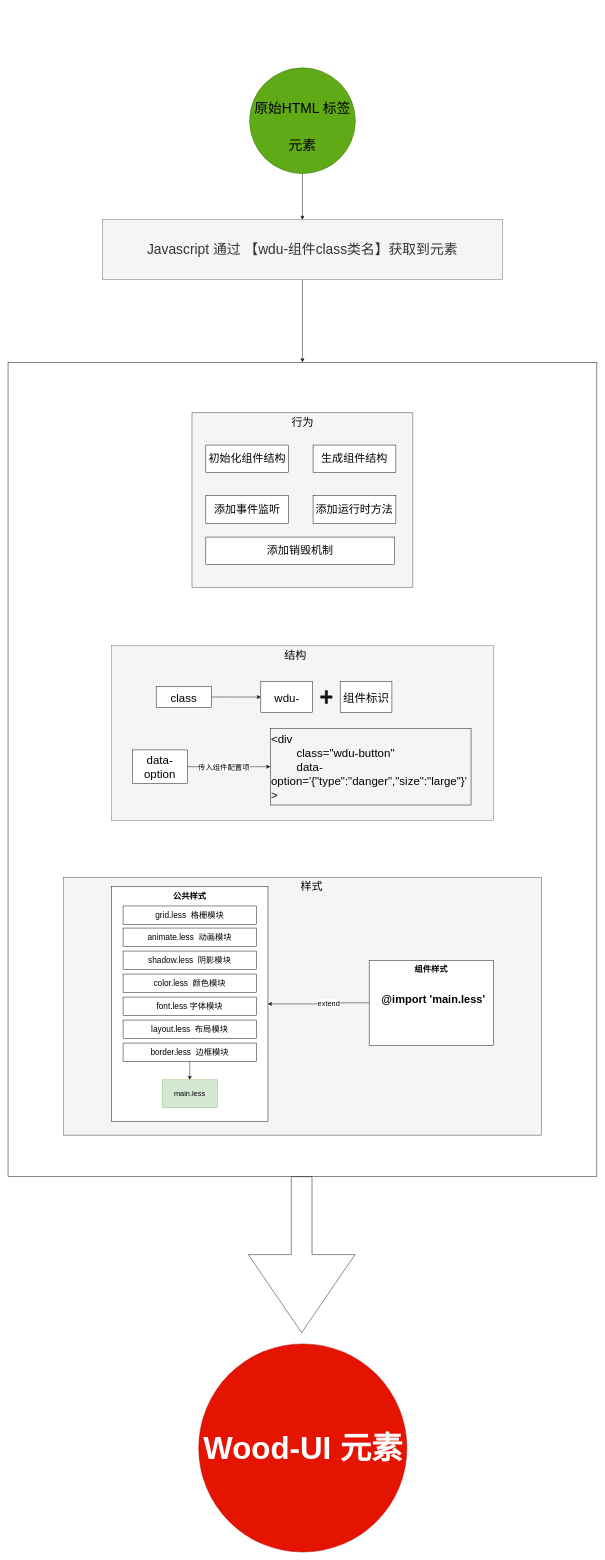
The draw.io diagram designDoc/construction.drawio in undefine4080/Wood-UI, before the edit. Source tidied: cells renumbered, new cells numbered last; positions are measured from the earlier drawing's top-left corner, leaving out a move shared by most shapes. Both pictures are drawn from the tidied source at 46%, with x=0, y=0 at pixel (8, 68).
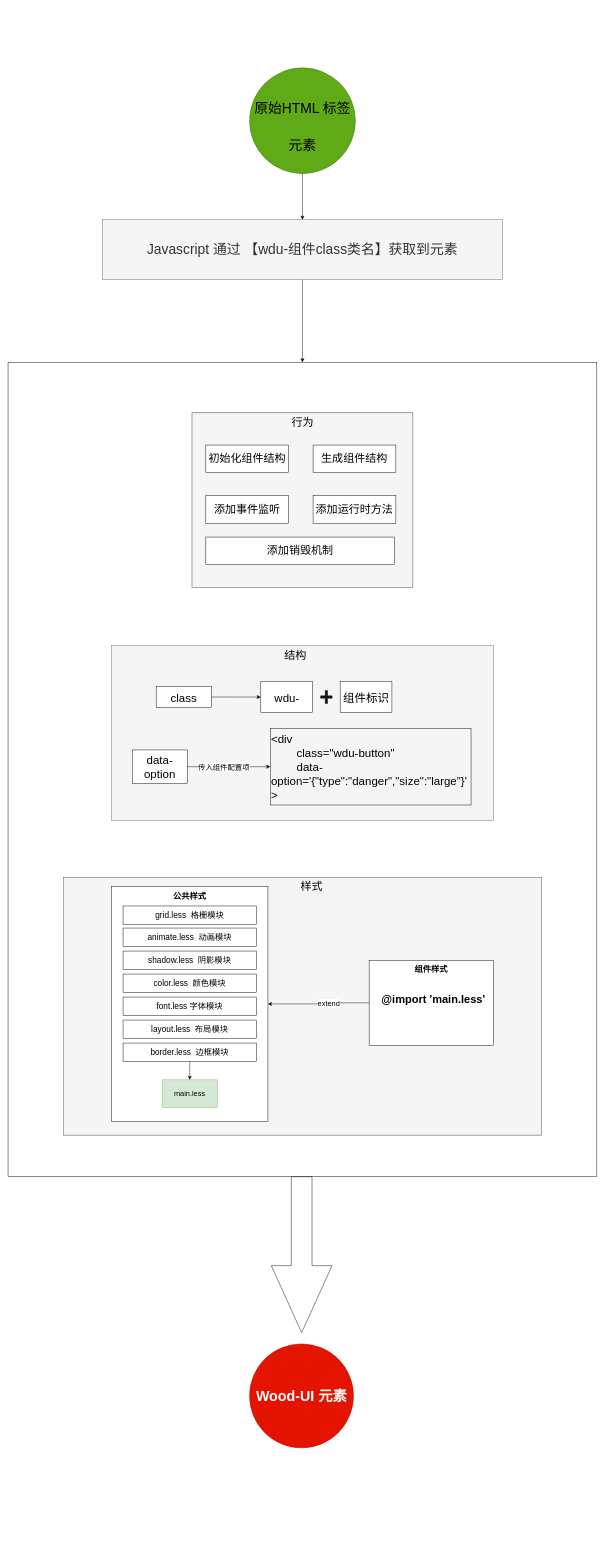
The same page after the edit.

What changed in the source:
```diff
@@
-    <mxCell id="5" style="shape=flexArrow;endArrow=classic;html=1;width=45;endSize=56.2;endWidth=186;" parent="1" edge="1">
+    <mxCell id="5" style="shape=flexArrow;endArrow=classic;html=1;width=45;endSize=48.2;endWidth=86;" parent="1" edge="1">
       <mxGeometry relative="1" as="geometry">
         <mxPoint x="638.3" y="2410" as="sourcePoint" />
         <mxPoint x="638.3" y="2750" as="targetPoint" />
       </mxGeometry>
     </mxCell>
-    <mxCell id="6" value="&lt;span style=&quot;font-size: 68px;&quot;&gt;&lt;font style=&quot;font-size: 68px;&quot;&gt;&lt;b style=&quot;font-size: 68px;&quot;&gt;Wood-UI 元素&lt;/b&gt;&lt;/font&gt;&lt;/span&gt;" style="ellipse;whiteSpace=wrap;html=1;fillColor=#e51400;strokeColor=#B20000;fontColor=#ffffff;fontSize=68;" parent="1" vertex="1">
-      <mxGeometry x="414.5" y="2774" width="452.5" height="452.5" as="geometry" />
+    <mxCell id="6" value="&lt;span style=&quot;font-size: 31px;&quot;&gt;&lt;font style=&quot;font-size: 31px;&quot;&gt;&lt;b style=&quot;font-size: 31px;&quot;&gt;Wood-UI 元素&lt;/b&gt;&lt;/font&gt;&lt;/span&gt;" style="ellipse;whiteSpace=wrap;html=1;fillColor=#e51400;strokeColor=#B20000;fontColor=#ffffff;fontSize=31;" parent="1" vertex="1">
+      <mxGeometry x="525" y="2774" width="226" height="226" as="geometry" />
     </mxCell>
```
